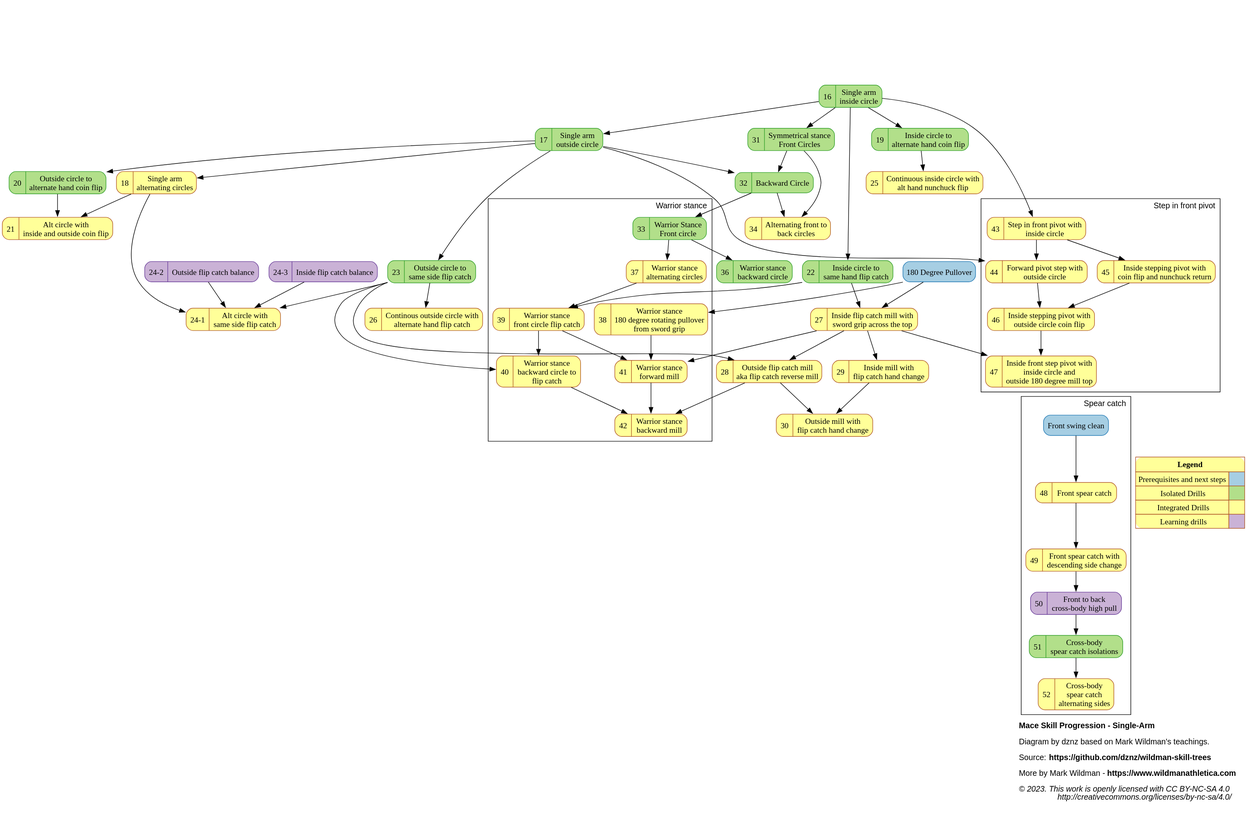
Before: dist/mace_progression_sa.svg, a diagram exported from PlantUML (dznz/wildman-skill-trees). Its source is kept beside it as src/mace/mace_progression_sa.puml.
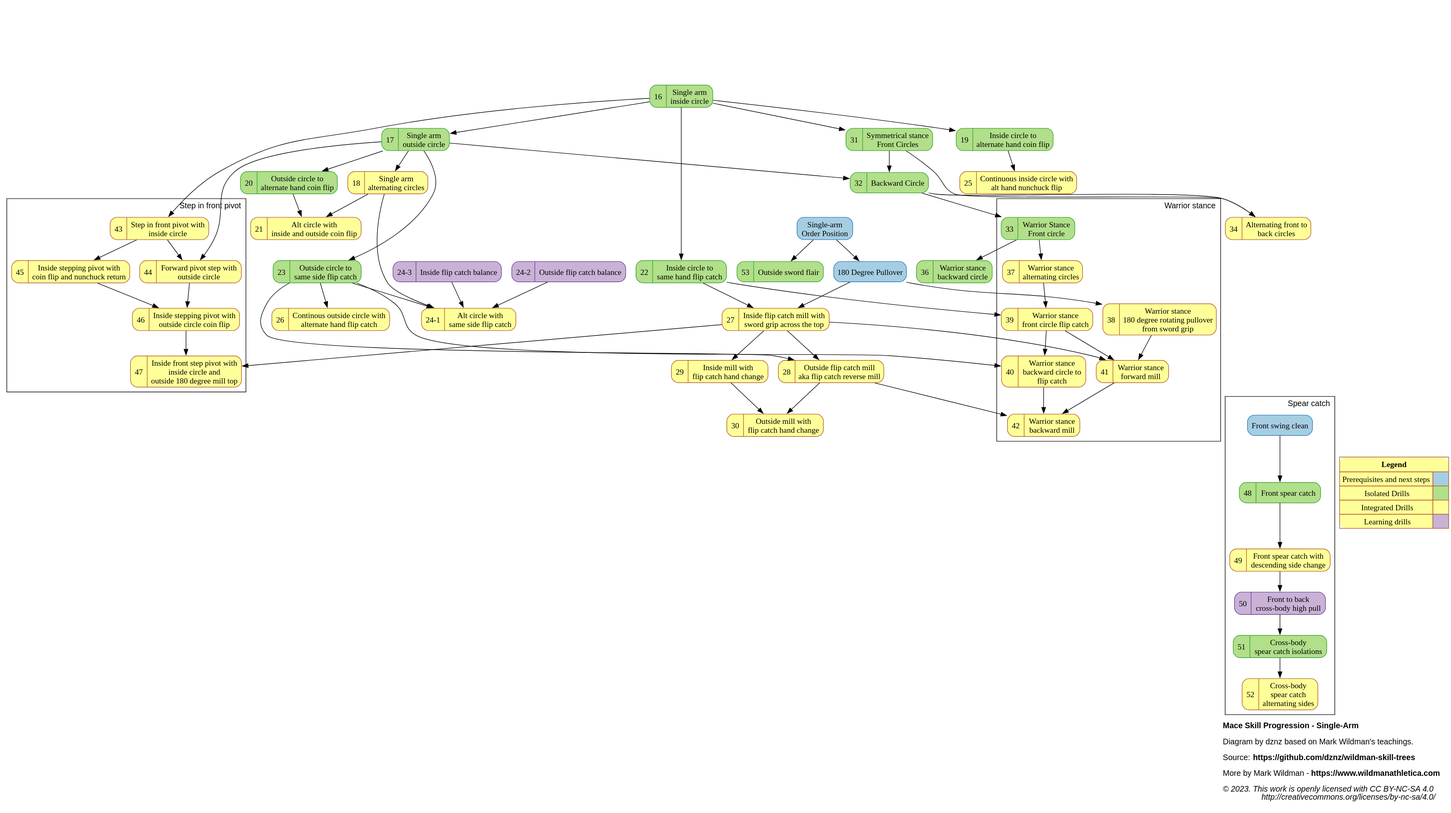
After the commit.

Commit message:
feat(mace_progression): add M-53

Change to the diagram source:
```diff
@@ -35,7 +35,7 @@
 
   subgraph isolated {
     node [color=4, fillcolor=3]
-    mov_16_saincircle, mov_17_saoutcircle, mov_19_incircle2altcoin, mov_20_outcircle2altcoin, mov_22_incircle2sameflip, mov_23_outcircle2sameflip, mov_242_outflip, mov_243_inflip, mov_31_frcircle, mov_32_bkcircle, mov_33_warfrcircle, mov_36_warbkcircle, mov_48_frspear, mov_51_xbodspear
+    mov_16_saincircle, mov_17_saoutcircle, mov_19_incircle2altcoin, mov_20_outcircle2altcoin, mov_22_incircle2sameflip, mov_23_outcircle2sameflip, mov_242_outflip, mov_243_inflip, mov_31_frcircle, mov_32_bkcircle, mov_33_warfrcircle, mov_36_warbkcircle, mov_48_frspear, mov_51_xbodspear, mov_53_outswordflair
   }
 
 mov_16_saincircle             [label="{{16  |Single arm\ninside circle}}"                     URL="https://www.youtube.com/watch?v=MSt1cYAiLzI" ]
@@ -80,10 +80,12 @@
 mov_50_f2bxbodhipull           [label="{{50  |Front to back\ncross-body high pull}}"                                          URL="https://www.youtube.com/watch?v=AoUxg7QE-xU" ];
 mov_51_xbodspear               [label="{{51  |Cross-body\nspear catch isolations}}"                                           URL="https://www.youtube.com/watch?v=VkwN58PBBSs" ];
 mov_52_altxbodspear            [label="{{52  |Cross-body\nspear catch\nalternating sides}}"                                   URL="https://www.youtube.com/watch?v=-Z8YfWYfepQ" ];
+mov_53_outswordflair           [label="{{53  |Outside sword flair}}"                                                          URL="https://www.youtube.com/watch?v=HxItsGvz-e4" ];
 
 
     // Precursor
     ext_180pull -> mov_27_inflip180pull
+    ext_saorder -> mov_53_outswordflair
 
     // Core standing movements
     subgraph custer_symmetric {
```
